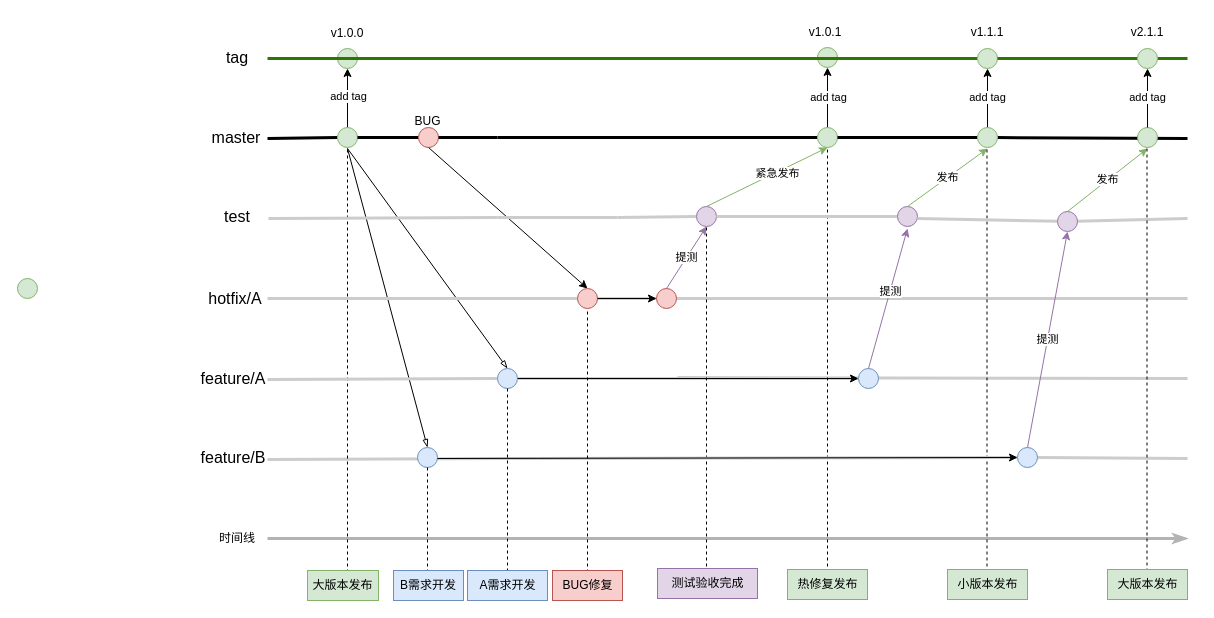
it-coder/diagram keeps this draw.io diagram as git flow.drawio. Above is the earlier version. Source tidied: cells renumbered, new cells numbered last; positions are measured from the earlier drawing's top-left corner, leaving out a move shared by most shapes. Both pictures are drawn from the tidied source at 100%, with x=0, y=0 at pixel (17, 17).
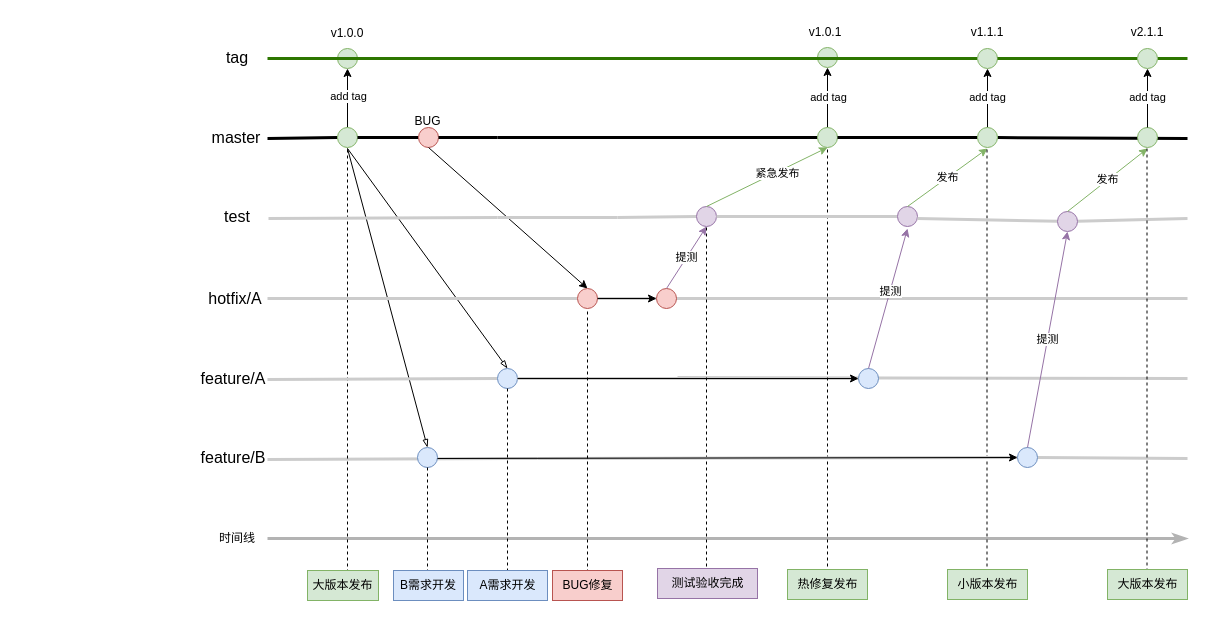
The same page after the edit.

What changed in the source:
```diff
@@
-    <mxCell id="15" style="ellipse;whiteSpace=wrap;html=1;fillColor=#d5e8d4;strokeColor=#82b366;" parent="1" vertex="1">
-      <mxGeometry y="261" width="20" height="20" as="geometry" />
-    </mxCell>
```
